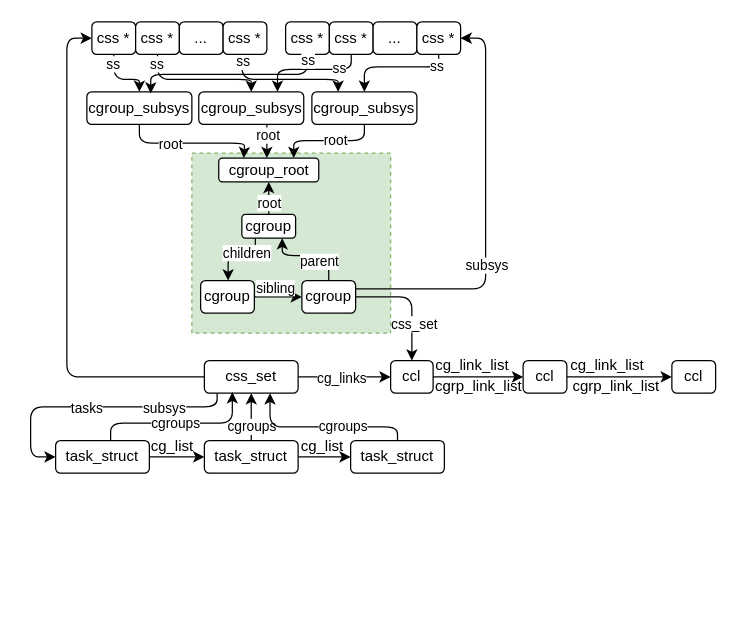
jasonactions/graph keeps this draw.io diagram as cgroup.drawio. Above is the earlier version. Source tidied: cells renumbered, new cells numbered last; positions are measured from the earlier drawing's top-left corner, leaving out a move shared by most shapes. Both pictures are drawn from the tidied source at 125%, with x=0, y=0 at pixel (30, 21).
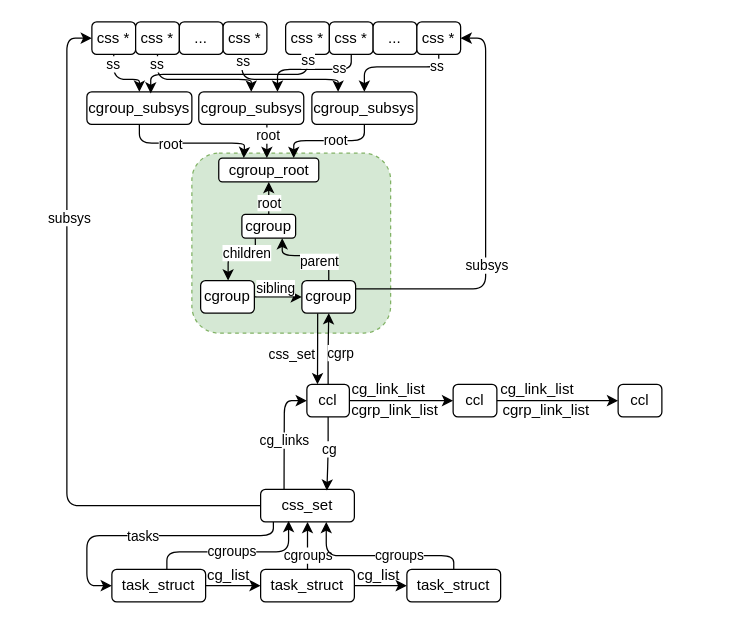
The same page after the edit.

Unchanged cells that the change refers to:
```xml
<mxCell id="5" style="edgeStyle=orthogonalEdgeStyle;rounded=1;jettySize=auto;html=1;entryX=0.5;entryY=1;entryDx=0;entryDy=0;" parent="1" edge="1" source="8" target="15">
  <mxGeometry relative="1" as="geometry" />
</mxCell>
<mxCell id="22" style="edgeStyle=orthogonalEdgeStyle;rounded=1;jettySize=auto;html=1;entryX=0.5;entryY=0;entryDx=0;entryDy=0;" parent="1" edge="1" source="24" target="68">
  <mxGeometry relative="1" as="geometry" />
</mxCell>
<mxCell id="25" style="edgeStyle=orthogonalEdgeStyle;rounded=1;jettySize=auto;html=1;entryX=0.5;entryY=0;entryDx=0;entryDy=0;exitX=0.5;exitY=1;exitDx=0;exitDy=0;" parent="1" edge="1" source="27" target="74">
  <mxGeometry relative="1" as="geometry">
    <Array as="points">
      <mxPoint x="102" y="46" />
      <mxPoint x="177" y="46" />
    </Array>
  </mxGeometry>
</mxCell>
<mxCell id="29" style="edgeStyle=orthogonalEdgeStyle;rounded=1;jettySize=auto;html=1;entryX=0.25;entryY=0;entryDx=0;entryDy=0;exitX=0.429;exitY=0.995;exitDx=0;exitDy=0;exitPerimeter=0;" parent="1" edge="1" source="31" target="71">
  <mxGeometry relative="1" as="geometry">
    <Array as="points">
      <mxPoint x="169" y="46" />
      <mxPoint x="246" y="46" />
    </Array>
  </mxGeometry>
</mxCell>
<mxCell id="32" style="edgeStyle=orthogonalEdgeStyle;rounded=1;jettySize=auto;html=1;entryX=1;entryY=0.5;entryDx=0;entryDy=0;exitX=1;exitY=0.25;exitDx=0;exitDy=0;" parent="1" edge="1" source="38" target="46">
  <mxGeometry relative="1" as="geometry" />
</mxCell>
<mxCell id="34" style="edgeStyle=orthogonalEdgeStyle;rounded=1;jettySize=auto;html=1;entryX=0.75;entryY=1;entryDx=0;entryDy=0;exitX=0.5;exitY=0;exitDx=0;exitDy=0;" parent="1" edge="1" source="38" target="54">
  <mxGeometry relative="1" as="geometry" />
</mxCell>
<mxCell id="38" value="cgroup" style="rounded=1;whiteSpace=wrap;html=1;" parent="1" vertex="1">
  <mxGeometry x="217" y="207" width="43" height="26" as="geometry" />
</mxCell>
<mxCell id="40" style="edgeStyle=orthogonalEdgeStyle;rounded=1;jettySize=auto;html=1;entryX=0.75;entryY=0;entryDx=0;entryDy=0;exitX=0.5;exitY=1;exitDx=0;exitDy=0;" parent="1" edge="1" source="42" target="74">
  <mxGeometry relative="1" as="geometry">
    <Array as="points">
      <mxPoint x="257" y="38" />
      <mxPoint x="198" y="38" />
    </Array>
  </mxGeometry>
</mxCell>
<mxCell id="44" style="edgeStyle=orthogonalEdgeStyle;rounded=1;jettySize=auto;html=1;entryX=0.5;entryY=0;entryDx=0;entryDy=0;" parent="1" edge="1" source="46" target="71">
  <mxGeometry relative="1" as="geometry">
    <Array as="points">
      <mxPoint x="327" y="36" />
      <mxPoint x="267" y="36" />
    </Array>
  </mxGeometry>
</mxCell>
<mxCell id="47" style="edgeStyle=orthogonalEdgeStyle;rounded=1;jettySize=auto;html=1;exitX=1;exitY=0.5;exitDx=0;exitDy=0;" parent="1" edge="1" source="49" target="38">
  <mxGeometry relative="1" as="geometry" />
</mxCell>
<mxCell id="50" style="edgeStyle=orthogonalEdgeStyle;rounded=1;jettySize=auto;html=1;exitX=0.25;exitY=1;exitDx=0;exitDy=0;" parent="1" edge="1" source="54" target="49">
  <mxGeometry relative="1" as="geometry">
    <Array as="points">
      <mxPoint x="180" y="186" />
      <mxPoint x="158" y="186" />
    </Array>
  </mxGeometry>
</mxCell>
<mxCell id="52" style="edgeStyle=orthogonalEdgeStyle;rounded=1;jettySize=auto;html=1;entryX=0.5;entryY=1;entryDx=0;entryDy=0;" parent="1" edge="1" source="54" target="55">
  <mxGeometry relative="1" as="geometry" />
</mxCell>
<mxCell id="66" style="edgeStyle=orthogonalEdgeStyle;rounded=1;jettySize=auto;html=1;entryX=0.25;entryY=0;entryDx=0;entryDy=0;exitX=0.5;exitY=1;exitDx=0;exitDy=0;" parent="1" edge="1" source="68" target="55">
  <mxGeometry relative="1" as="geometry">
    <Array as="points">
      <mxPoint x="87" y="97" />
      <mxPoint x="171" y="97" />
      <mxPoint x="171" y="101" />
      <mxPoint x="171" y="101" />
    </Array>
  </mxGeometry>
</mxCell>
<mxCell id="69" style="edgeStyle=orthogonalEdgeStyle;rounded=1;jettySize=auto;html=1;entryX=0.75;entryY=0;entryDx=0;entryDy=0;" parent="1" edge="1" source="71" target="55">
  <mxGeometry relative="1" as="geometry">
    <Array as="points">
      <mxPoint x="267" y="95" />
      <mxPoint x="211" y="95" />
    </Array>
  </mxGeometry>
</mxCell>
<mxCell id="72" style="edgeStyle=orthogonalEdgeStyle;rounded=1;orthogonalLoop=1;jettySize=auto;html=1;entryX=0.5;entryY=0;entryDx=0;entryDy=0;exitX=0.696;exitY=0.969;exitDx=0;exitDy=0;exitPerimeter=0;" parent="1" edge="1">
  <mxGeometry relative="1" as="geometry">
    <mxPoint x="189" y="81.2" as="sourcePoint" />
    <mxPoint x="189" y="109" as="targetPoint" />
  </mxGeometry>
</mxCell>
<mxCell id="75" style="edgeStyle=orthogonalEdgeStyle;rounded=1;jettySize=auto;html=1;entryX=0.608;entryY=0.048;entryDx=0;entryDy=0;entryPerimeter=0;exitX=0.5;exitY=1;exitDx=0;exitDy=0;" parent="1" edge="1" source="39" target="68">
  <mxGeometry relative="1" as="geometry">
    <Array as="points">
      <mxPoint x="222" y="42" />
      <mxPoint x="96" y="42" />
    </Array>
  </mxGeometry>
</mxCell>
```

The edit, as a diff of the source:
```diff
@@
-    <mxCell id="2" style="rounded=0;whiteSpace=wrap;html=1;fillColor=#d5e8d4;dashed=1;strokeColor=#82b366;" parent="1" vertex="1">
+    <mxCell id="2" style="rounded=1;whiteSpace=wrap;html=1;fillColor=#d5e8d4;dashed=1;strokeColor=#82b366;" parent="1" vertex="1">
       <mxGeometry x="129" y="105" width="159" height="144" as="geometry" />
     </mxCell>
@@
     <mxCell id="4" value="task_struct" style="rounded=1;whiteSpace=wrap;html=1;" parent="1" vertex="1">
-      <mxGeometry x="20" y="335" width="75" height="26" as="geometry" />
+      <mxGeometry x="65" y="438" width="75" height="26" as="geometry" />
     </mxCell>
@@
-    <mxCell id="6" value="cgroups" style="edgeLabel;html=1;align=center;verticalAlign=middle;" parent="5" vertex="1">
+    <mxCell id="6" value="cgroups" style="edgeLabel;html=1;align=center;verticalAlign=middle;rounded=1;" parent="5" vertex="1">
       <mxGeometry x="-0.44" relative="1" as="geometry" />
     </mxCell>
@@
     <mxCell id="8" value="task_struct" style="rounded=1;whiteSpace=wrap;html=1;" parent="1" vertex="1">
-      <mxGeometry x="139" y="335" width="75" height="26" as="geometry" />
+      <mxGeometry x="184" y="438" width="75" height="26" as="geometry" />
     </mxCell>
     <mxCell id="9" value="task_struct" style="rounded=1;whiteSpace=wrap;html=1;" parent="1" vertex="1">
-      <mxGeometry x="256" y="335" width="75" height="26" as="geometry" />
+      <mxGeometry x="301" y="438" width="75" height="26" as="geometry" />
     </mxCell>
     <mxCell id="10" style="edgeStyle=orthogonalEdgeStyle;rounded=1;jettySize=auto;html=1;entryX=0;entryY=0.5;entryDx=0;entryDy=0;exitX=0.136;exitY=0.975;exitDx=0;exitDy=0;exitPerimeter=0;" parent="1" edge="1" source="15" target="4">
       <mxGeometry relative="1" as="geometry">
         <Array as="points">
-          <mxPoint x="149" y="308" />
-          <mxPoint y="308" />
-          <mxPoint y="348" />
+          <mxPoint x="194" y="411" />
+          <mxPoint x="45" y="411" />
+          <mxPoint x="45" y="451" />
         </Array>
       </mxGeometry>
     </mxCell>
-    <mxCell id="11" value="tasks" style="edgeLabel;html=1;align=center;verticalAlign=middle;" parent="10" vertex="1">
+    <mxCell id="11" value="tasks" style="edgeLabel;html=1;align=center;verticalAlign=middle;rounded=1;" parent="10" vertex="1">
       <mxGeometry x="0.05" relative="1" as="geometry" />
     </mxCell>
@@
-    <mxCell id="13" style="edgeStyle=orthogonalEdgeStyle;rounded=1;jettySize=auto;html=1;entryX=0;entryY=0.5;entryDx=0;entryDy=0;" parent="1" edge="1" source="15" target="58">
-      <mxGeometry relative="1" as="geometry" />
+    <mxCell id="13" style="edgeStyle=orthogonalEdgeStyle;rounded=1;jettySize=auto;html=1;entryX=0;entryY=0.5;entryDx=0;entryDy=0;exitX=0.25;exitY=0;exitDx=0;exitDy=0;" parent="1" edge="1" source="15" target="58">
+      <mxGeometry relative="1" as="geometry">
+        <Array as="points">
+          <mxPoint x="203" y="345" />
+          <mxPoint x="203" y="303" />
+        </Array>
+      </mxGeometry>
     </mxCell>
-    <mxCell id="14" value="cg_links" style="edgeLabel;html=1;align=center;verticalAlign=middle;" parent="13" vertex="1">
+    <mxCell id="14" value="cg_links" style="edgeLabel;html=1;align=center;verticalAlign=middle;rounded=1;" parent="13" vertex="1">
       <mxGeometry x="-0.09" relative="1" as="geometry" />
     </mxCell>
     <mxCell id="15" value="css_set" style="rounded=1;whiteSpace=wrap;html=1;" parent="1" vertex="1">
-      <mxGeometry x="139" y="271" width="75" height="26" as="geometry" />
+      <mxGeometry x="184" y="374" width="75" height="26" as="geometry" />
     </mxCell>
     <mxCell id="16" style="edgeStyle=orthogonalEdgeStyle;rounded=1;jettySize=auto;html=1;entryX=0.7;entryY=1.002;entryDx=0;entryDy=0;entryPerimeter=0;" parent="1" edge="1" source="9" target="15">
       <mxGeometry relative="1" as="geometry">
         <Array as="points">
-          <mxPoint x="294" y="324" />
-          <mxPoint x="192" y="324" />
+          <mxPoint x="339" y="427" />
+          <mxPoint x="237" y="427" />
         </Array>
       </mxGeometry>
     </mxCell>
-    <mxCell id="17" value="cgroups" style="edgeLabel;html=1;align=center;verticalAlign=middle;" parent="16" vertex="1">
+    <mxCell id="17" value="cgroups" style="edgeLabel;html=1;align=center;verticalAlign=middle;rounded=1;" parent="16" vertex="1">
       <mxGeometry x="-0.21" y="-1" relative="1" as="geometry" />
     </mxCell>
     <mxCell id="18" style="edgeStyle=orthogonalEdgeStyle;rounded=1;jettySize=auto;html=1;entryX=0.298;entryY=0.973;entryDx=0;entryDy=0;entryPerimeter=0;" parent="1" edge="1" source="4" target="15">
       <mxGeometry relative="1" as="geometry">
         <Array as="points">
-          <mxPoint x="64" y="321" />
-          <mxPoint x="161" y="321" />
+          <mxPoint x="109" y="424" />
+          <mxPoint x="206" y="424" />
         </Array>
       </mxGeometry>
     </mxCell>
-    <mxCell id="19" value="cgroups" style="edgeLabel;html=1;align=center;verticalAlign=middle;" parent="18" vertex="1">
+    <mxCell id="19" value="cgroups" style="edgeLabel;html=1;align=center;verticalAlign=middle;rounded=1;" parent="18" vertex="1">
       <mxGeometry x="-0.05" y="1" relative="1" as="geometry" />
     </mxCell>
-    <mxCell id="20" value="cg_list" style="text;html=1;align=center;verticalAlign=middle;strokeColor=none;fillColor=none;" parent="1" vertex="1">
-      <mxGeometry x="87" y="327" width="52" height="26" as="geometry" />
+    <mxCell id="20" value="cg_list" style="text;html=1;align=center;verticalAlign=middle;strokeColor=none;fillColor=none;rounded=1;" parent="1" vertex="1">
+      <mxGeometry x="132" y="430" width="52" height="26" as="geometry" />
     </mxCell>
-    <mxCell id="21" value="cg_list" style="text;html=1;align=center;verticalAlign=middle;strokeColor=none;fillColor=none;" parent="1" vertex="1">
-      <mxGeometry x="207" y="327" width="52" height="26" as="geometry" />
+    <mxCell id="21" value="cg_list" style="text;html=1;align=center;verticalAlign=middle;strokeColor=none;fillColor=none;rounded=1;" parent="1" vertex="1">
+      <mxGeometry x="252" y="430" width="52" height="26" as="geometry" />
     </mxCell>
@@
-    <mxCell id="23" value="ss" style="edgeLabel;html=1;align=center;verticalAlign=middle;" parent="22" vertex="1">
+    <mxCell id="23" value="ss" style="edgeLabel;html=1;align=center;verticalAlign=middle;rounded=1;" parent="22" vertex="1">
       <mxGeometry x="-0.71" y="-1" relative="1" as="geometry" />
     </mxCell>
@@
-    <mxCell id="26" value="ss" style="edgeLabel;html=1;align=center;verticalAlign=middle;" parent="25" vertex="1">
+    <mxCell id="26" value="ss" style="edgeLabel;html=1;align=center;verticalAlign=middle;rounded=1;" parent="25" vertex="1">
       <mxGeometry x="-0.87" y="-1" relative="1" as="geometry" />
     </mxCell>
@@
-    <mxCell id="30" value="ss" style="edgeLabel;html=1;align=center;verticalAlign=middle;" parent="29" vertex="1">
+    <mxCell id="30" value="ss" style="edgeLabel;html=1;align=center;verticalAlign=middle;rounded=1;" parent="29" vertex="1">
       <mxGeometry x="-0.88" relative="1" as="geometry" />
     </mxCell>
@@
-    <mxCell id="33" value="subsys" style="edgeLabel;html=1;align=center;verticalAlign=middle;" parent="32" vertex="1">
+    <mxCell id="33" value="subsys" style="edgeLabel;html=1;align=center;verticalAlign=middle;rounded=1;" parent="32" vertex="1">
       <mxGeometry x="-0.35" y="2" relative="1" as="geometry">
         <mxPoint x="2" y="-18" as="offset" />
       </mxGeometry>
     </mxCell>
@@
-    <mxCell id="35" value="parent" style="edgeLabel;html=1;align=center;verticalAlign=middle;" parent="34" vertex="1">
+    <mxCell id="35" value="parent" style="edgeLabel;html=1;align=center;verticalAlign=middle;rounded=1;" parent="34" vertex="1">
       <mxGeometry x="-0.26" relative="1" as="geometry">
         <mxPoint x="-2" y="4" as="offset" />
       </mxGeometry>
     </mxCell>
-    <mxCell id="36" style="edgeStyle=orthogonalEdgeStyle;rounded=1;jettySize=auto;html=1;entryX=0.5;entryY=0;entryDx=0;entryDy=0;" parent="1" edge="1" source="38" target="58">
+    <mxCell id="36" style="edgeStyle=orthogonalEdgeStyle;rounded=1;jettySize=auto;html=1;entryX=0.25;entryY=0;entryDx=0;entryDy=0;exitX=0.294;exitY=1.001;exitDx=0;exitDy=0;exitPerimeter=0;" parent="1" edge="1" source="38" target="58">
       <mxGeometry relative="1" as="geometry" />
     </mxCell>
-    <mxCell id="37" value="css_set" style="edgeLabel;html=1;align=center;verticalAlign=middle;" parent="36" vertex="1">
-      <mxGeometry x="0.37" y="1" relative="1" as="geometry" />
+    <mxCell id="37" value="css_set" style="edgeLabel;html=1;align=center;verticalAlign=middle;rounded=1;" parent="36" vertex="1">
+      <mxGeometry x="0.37" y="1" relative="1" as="geometry">
+        <mxPoint x="-22" y="-6" as="offset" />
+      </mxGeometry>
     </mxCell>
@@
-    <mxCell id="41" value="ss" style="edgeLabel;html=1;align=center;verticalAlign=middle;" parent="40" vertex="1">
+    <mxCell id="41" value="ss" style="edgeLabel;html=1;align=center;verticalAlign=middle;rounded=1;" parent="40" vertex="1">
       <mxGeometry x="-0.83" y="-1" relative="1" as="geometry">
         <mxPoint x="-9" y="2" as="offset" />
       </mxGeometry>
     </mxCell>
@@
-    <mxCell id="45" value="ss" style="edgeLabel;html=1;align=center;verticalAlign=middle;" parent="44" vertex="1">
+    <mxCell id="45" value="ss" style="edgeLabel;html=1;align=center;verticalAlign=middle;rounded=1;" parent="44" vertex="1">
       <mxGeometry x="-0.73" y="-1" relative="1" as="geometry" />
     </mxCell>
@@
-    <mxCell id="48" value="sibling" style="edgeLabel;html=1;align=center;verticalAlign=middle;" parent="47" vertex="1">
+    <mxCell id="48" value="sibling" style="edgeLabel;html=1;align=center;verticalAlign=middle;rounded=1;" parent="47" vertex="1">
       <mxGeometry x="-0.34" relative="1" as="geometry">
         <mxPoint x="2" y="-8" as="offset" />
       </mxGeometry>
     </mxCell>
@@
-    <mxCell id="51" value="children" style="edgeLabel;html=1;align=center;verticalAlign=middle;" parent="50" vertex="1">
+    <mxCell id="51" value="children" style="edgeLabel;html=1;align=center;verticalAlign=middle;rounded=1;" parent="50" vertex="1">
       <mxGeometry x="-0.3" y="-2" relative="1" as="geometry" />
     </mxCell>
@@
-    <mxCell id="53" value="root" style="edgeLabel;html=1;align=center;verticalAlign=middle;" parent="52" vertex="1">
+    <mxCell id="53" value="root" style="edgeLabel;html=1;align=center;verticalAlign=middle;rounded=1;" parent="52" vertex="1">
       <mxGeometry x="-0.4" y="-3" relative="1" as="geometry">
         <mxPoint x="-3" y="6" as="offset" />
       </mxGeometry>
     </mxCell>
@@
-    <mxCell id="56" value="subsys" style="edgeLabel;html=1;align=center;verticalAlign=middle;" parent="1" vertex="1">
-      <mxGeometry x="233" y="254" as="geometry">
+    <mxCell id="56" value="subsys" style="edgeLabel;html=1;align=center;verticalAlign=middle;rounded=1;" parent="1" vertex="1">
+      <mxGeometry x="157.5" y="102" as="geometry">
         <mxPoint x="-127" y="54" as="offset" />
       </mxGeometry>
     </mxCell>
@@
+    <mxCell id="77" style="edgeStyle=orthogonalEdgeStyle;rounded=1;jettySize=auto;html=1;entryX=0.5;entryY=1;entryDx=0;entryDy=0;" parent="1" edge="1" source="58" target="38">
+      <mxGeometry relative="1" as="geometry" />
+    </mxCell>
+    <mxCell id="78" value="cgrp" style="edgeLabel;html=1;align=center;verticalAlign=middle;" parent="77" vertex="1">
+      <mxGeometry x="-0.11" relative="1" as="geometry">
+        <mxPoint x="9" as="offset" />
+      </mxGeometry>
+    </mxCell>
     <mxCell id="58" value="ccl" style="rounded=1;whiteSpace=wrap;html=1;" parent="1" vertex="1">
-      <mxGeometry x="288" y="271" width="34" height="26" as="geometry" />
+      <mxGeometry x="221" y="290" width="34" height="26" as="geometry" />
     </mxCell>
@@
     <mxCell id="60" value="ccl" style="rounded=1;whiteSpace=wrap;html=1;" parent="1" vertex="1">
-      <mxGeometry x="394" y="271" width="35" height="26" as="geometry" />
+      <mxGeometry x="338" y="290" width="35" height="26" as="geometry" />
     </mxCell>
     <mxCell id="61" value="ccl" style="rounded=1;whiteSpace=wrap;html=1;" parent="1" vertex="1">
-      <mxGeometry x="513" y="271" width="35" height="26" as="geometry" />
+      <mxGeometry x="470" y="290" width="35" height="26" as="geometry" />
     </mxCell>
-    <mxCell id="62" value="cg_link_list" style="text;html=1;align=center;verticalAlign=middle;strokeColor=none;fillColor=none;" parent="1" vertex="1">
-      <mxGeometry x="314" y="262" width="77" height="26" as="geometry" />
+    <mxCell id="62" value="cg_link_list" style="text;html=1;align=center;verticalAlign=middle;strokeColor=none;fillColor=none;rounded=1;" parent="1" vertex="1">
+      <mxGeometry x="247" y="281" width="77" height="26" as="geometry" />
     </mxCell>
-    <mxCell id="63" value="cg_link_list" style="text;html=1;align=center;verticalAlign=middle;strokeColor=none;fillColor=none;" parent="1" vertex="1">
-      <mxGeometry x="422" y="262" width="77" height="26" as="geometry" />
+    <mxCell id="63" value="cg_link_list" style="text;html=1;align=center;verticalAlign=middle;strokeColor=none;fillColor=none;rounded=1;" parent="1" vertex="1">
+      <mxGeometry x="366" y="281" width="77" height="26" as="geometry" />
     </mxCell>
-    <mxCell id="64" value="cgrp_link_list" style="text;whiteSpace=wrap;" parent="1" vertex="1">
-      <mxGeometry x="322" y="278" width="72" height="24" as="geometry" />
+    <mxCell id="64" value="cgrp_link_list" style="text;whiteSpace=wrap;rounded=1;" parent="1" vertex="1">
+      <mxGeometry x="255" y="297" width="72" height="24" as="geometry" />
     </mxCell>
-    <mxCell id="65" value="cgrp_link_list" style="text;whiteSpace=wrap;" parent="1" vertex="1">
-      <mxGeometry x="432" y="278" width="74" height="24" as="geometry" />
+    <mxCell id="65" value="cgrp_link_list" style="text;whiteSpace=wrap;rounded=1;" parent="1" vertex="1">
+      <mxGeometry x="376" y="297" width="74" height="24" as="geometry" />
     </mxCell>
@@
-    <mxCell id="67" value="root" style="edgeLabel;html=1;align=center;verticalAlign=middle;" parent="66" vertex="1">
+    <mxCell id="67" value="root" style="edgeLabel;html=1;align=center;verticalAlign=middle;rounded=1;" parent="66" vertex="1">
       <mxGeometry x="-0.3" relative="1" as="geometry" />
     </mxCell>
@@
-    <mxCell id="70" value="root" style="edgeLabel;html=1;align=center;verticalAlign=middle;" parent="69" vertex="1">
+    <mxCell id="70" value="root" style="edgeLabel;html=1;align=center;verticalAlign=middle;rounded=1;" parent="69" vertex="1">
       <mxGeometry x="-0.11" y="-1" relative="1" as="geometry" />
     </mxCell>
@@
-    <mxCell id="73" value="root" style="edgeLabel;html=1;align=center;verticalAlign=middle;" parent="72" vertex="1">
+    <mxCell id="73" value="root" style="edgeLabel;html=1;align=center;verticalAlign=middle;rounded=1;" parent="72" vertex="1">
       <mxGeometry x="-0.35" y="1" relative="1" as="geometry">
         <mxPoint x="-1" as="offset" />
       </mxGeometry>
     </mxCell>
@@
-    <mxCell id="76" value="ss" style="edgeLabel;html=1;align=center;verticalAlign=middle;" parent="75" vertex="1">
+    <mxCell id="76" value="ss" style="edgeLabel;html=1;align=center;verticalAlign=middle;rounded=1;" parent="75" vertex="1">
       <mxGeometry x="-0.94" relative="1" as="geometry">
         <mxPoint y="-1" as="offset" />
       </mxGeometry>
     </mxCell>
+    <mxCell id="79" style="edgeStyle=orthogonalEdgeStyle;rounded=1;jettySize=auto;html=1;" parent="1" edge="1" source="58">
+      <mxGeometry relative="1" as="geometry">
+        <mxPoint x="237" y="375" as="targetPoint" />
+      </mxGeometry>
+    </mxCell>
+    <mxCell id="80" value="cg" style="edgeLabel;html=1;align=center;verticalAlign=middle;" parent="79" vertex="1">
+      <mxGeometry x="-0.15" relative="1" as="geometry" />
+    </mxCell>
```
